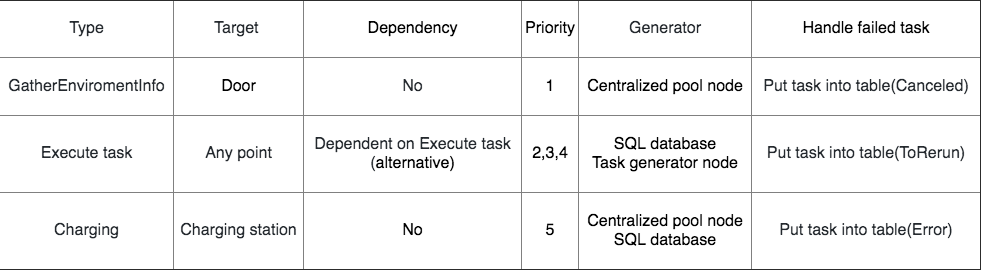
Earlier version of the draw.io export Thesis/content/images/ch3/task_types.drawio.png (xuanjiao/master_thesis). Source tidied: cells renumbered, new cells last; positions are measured from the earlier drawing's top-left corner, leaving out a move shared by most shapes.
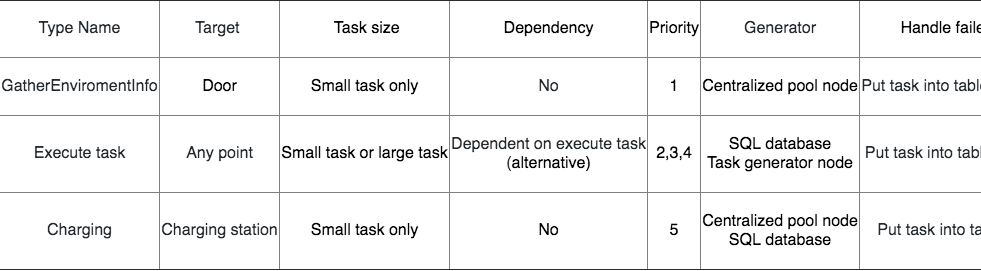
The same diagram one commit later.

What changed in the source:
```diff
@@ -2,7 +2,7 @@
   <root>
     <mxCell id="0" />
     <mxCell id="1" parent="0" />
-    <mxCell id="2" value="&lt;table border=&quot;1&quot; width=&quot;100%&quot; style=&quot;width: 100% ; height: 100% ; border-collapse: collapse&quot;&gt;&lt;tbody&gt;&lt;tr&gt;&lt;td&gt;&lt;span style=&quot;color: rgb(36 , 41 , 46) ; background-color: rgb(255 , 255 , 255)&quot;&gt;Type&lt;/span&gt;&lt;br&gt;&lt;/td&gt;&lt;td&gt;&lt;span style=&quot;color: rgb(36 , 41 , 46) ; background-color: rgb(255 , 255 , 255)&quot;&gt;Target&lt;/span&gt;&lt;span style=&quot;color: rgb(36 , 41 , 46)&quot;&gt;&amp;nbsp;&lt;/span&gt;&lt;br&gt;&lt;/td&gt;&lt;td&gt;&lt;span&gt;Dependency&lt;/span&gt;&lt;br&gt;&lt;/td&gt;&lt;td&gt;&lt;span&gt;Priority&lt;/span&gt;&lt;br&gt;&lt;/td&gt;&lt;td&gt;&lt;span style=&quot;color: rgb(36 , 41 , 46) ; background-color: rgb(255 , 255 , 255)&quot;&gt;Generator&lt;/span&gt;&lt;br&gt;&lt;/td&gt;&lt;td&gt;&lt;span&gt;Handle failed task&lt;/span&gt;&lt;br&gt;&lt;/td&gt;&lt;/tr&gt;&lt;tr&gt;&lt;td&gt;&lt;span style=&quot;color: rgb(36 , 41 , 46) ; background-color: rgb(255 , 255 , 255)&quot;&gt;GatherEnviromentInfo&lt;/span&gt;&lt;br&gt;&lt;/td&gt;&lt;td&gt;&lt;span&gt;Door&lt;/span&gt;&lt;br&gt;&lt;/td&gt;&lt;td&gt;&lt;span style=&quot;color: rgb(36 , 41 , 46) ; background-color: rgb(255 , 255 , 255)&quot;&gt;No&lt;/span&gt;&lt;br&gt;&lt;/td&gt;&lt;td&gt;1&lt;/td&gt;&lt;td&gt;&lt;span&gt;Centralized pool node&lt;/span&gt;&lt;br&gt;&lt;/td&gt;&lt;td&gt;&lt;span style=&quot;color: rgb(36 , 41 , 46) ; background-color: rgb(255 , 255 , 255)&quot;&gt;Put task into table(Canceled)&lt;/span&gt;&lt;br&gt;&lt;/td&gt;&lt;/tr&gt;&lt;tr&gt;&lt;td&gt;&lt;span style=&quot;color: rgb(36 , 41 , 46) ; background-color: rgb(255 , 255 , 255)&quot;&gt;Execute task&lt;/span&gt;&lt;br&gt;&lt;/td&gt;&lt;td&gt;&lt;span style=&quot;color: rgb(36 , 41 , 46) ; background-color: rgb(255 , 255 , 255)&quot;&gt;Any point&lt;/span&gt;&lt;br&gt;&lt;/td&gt;&lt;td&gt;&lt;span style=&quot;background-color: rgb(255 , 255 , 255)&quot;&gt;&lt;font color=&quot;#24292e&quot;&gt;Dependent on&amp;nbsp;Execute task&lt;br&gt;(&lt;/font&gt;&lt;/span&gt;&lt;span&gt;alternative)&lt;/span&gt;&lt;br&gt;&lt;/td&gt;&lt;td&gt;2,3,4&lt;/td&gt;&lt;td&gt;&lt;span&gt;SQL database&lt;/span&gt;&lt;br&gt;&lt;span&gt;Task generator node&lt;/span&gt;&lt;br&gt;&lt;/td&gt;&lt;td&gt;&lt;span style=&quot;color: rgb(36 , 41 , 46) ; background-color: rgb(255 , 255 , 255)&quot;&gt;Put task into table(ToRerun)&lt;/span&gt;&lt;br&gt;&lt;/td&gt;&lt;/tr&gt;&lt;tr&gt;&lt;td&gt;&lt;span style=&quot;color: rgb(36 , 41 , 46) ; background-color: rgb(255 , 255 , 255)&quot;&gt;Charging&lt;/span&gt;&lt;br&gt;&lt;/td&gt;&lt;td&gt;&lt;span style=&quot;color: rgb(36 , 41 , 46) ; background-color: rgb(255 , 255 , 255)&quot;&gt;Charging station&lt;/span&gt;&lt;br&gt;&lt;/td&gt;&lt;td&gt;&lt;span&gt;No&lt;/span&gt;&lt;br&gt;&lt;/td&gt;&lt;td&gt;5&lt;/td&gt;&lt;td&gt;&lt;span&gt;Centralized pool node&lt;/span&gt;&lt;br&gt;&lt;span&gt;SQL database&lt;/span&gt;&lt;br&gt;&lt;/td&gt;&lt;td&gt;&lt;span style=&quot;color: rgb(36 , 41 , 46) ; background-color: rgb(255 , 255 , 255)&quot;&gt;Put task into table(Error)&lt;/span&gt;&lt;br&gt;&lt;/td&gt;&lt;/tr&gt;&lt;/tbody&gt;&lt;/table&gt;" style="text;html=1;strokeColor=#C0C0;fillColor=none;overflow=fill;rounded=0;startSize=0;fontSize=16;align=center;" parent="1" vertex="1">
+    <mxCell id="2" value="&lt;table border=&quot;1&quot; width=&quot;100%&quot; style=&quot;width: 100% ; height: 100% ; border-collapse: collapse&quot;&gt;&lt;tbody&gt;&lt;tr&gt;&lt;td&gt;&lt;span style=&quot;color: rgb(36 , 41 , 46) ; background-color: rgb(255 , 255 , 255)&quot;&gt;Type Name&lt;/span&gt;&lt;br&gt;&lt;/td&gt;&lt;td&gt;&lt;span style=&quot;color: rgb(36 , 41 , 46) ; background-color: rgb(255 , 255 , 255)&quot;&gt;Target&lt;/span&gt;&lt;span style=&quot;color: rgb(36 , 41 , 46)&quot;&gt;&amp;nbsp;&lt;/span&gt;&lt;br&gt;&lt;/td&gt;&lt;td&gt;&amp;nbsp;Task size&lt;/td&gt;&lt;td&gt;&lt;span&gt;Dependency&lt;/span&gt;&lt;br&gt;&lt;/td&gt;&lt;td&gt;&lt;span&gt;Priority&lt;/span&gt;&lt;br&gt;&lt;/td&gt;&lt;td&gt;&lt;span style=&quot;color: rgb(36 , 41 , 46) ; background-color: rgb(255 , 255 , 255)&quot;&gt;Generator&lt;/span&gt;&lt;br&gt;&lt;/td&gt;&lt;td&gt;&lt;span&gt;Handle failed task&lt;/span&gt;&lt;br&gt;&lt;/td&gt;&lt;/tr&gt;&lt;tr&gt;&lt;td&gt;&lt;span style=&quot;color: rgb(36 , 41 , 46) ; background-color: rgb(255 , 255 , 255)&quot;&gt;GatherEnviromentInfo&lt;/span&gt;&lt;br&gt;&lt;/td&gt;&lt;td&gt;&lt;span&gt;Door&lt;/span&gt;&lt;br&gt;&lt;/td&gt;&lt;td&gt;Small task only&lt;/td&gt;&lt;td&gt;&lt;span style=&quot;color: rgb(36 , 41 , 46) ; background-color: rgb(255 , 255 , 255)&quot;&gt;No&lt;/span&gt;&lt;br&gt;&lt;/td&gt;&lt;td&gt;1&lt;/td&gt;&lt;td&gt;&lt;span&gt;Centralized pool node&lt;/span&gt;&lt;br&gt;&lt;/td&gt;&lt;td&gt;&lt;span style=&quot;color: rgb(36 , 41 , 46) ; background-color: rgb(255 , 255 , 255)&quot;&gt;Put task into table(Canceled)&lt;/span&gt;&lt;br&gt;&lt;/td&gt;&lt;/tr&gt;&lt;tr&gt;&lt;td&gt;&lt;span style=&quot;color: rgb(36 , 41 , 46) ; background-color: rgb(255 , 255 , 255)&quot;&gt;Execute task&lt;/span&gt;&lt;br&gt;&lt;/td&gt;&lt;td&gt;&lt;span style=&quot;color: rgb(36 , 41 , 46) ; background-color: rgb(255 , 255 , 255)&quot;&gt;Any point&lt;/span&gt;&lt;br&gt;&lt;/td&gt;&lt;td&gt;Small task or large task&lt;/td&gt;&lt;td&gt;&lt;span style=&quot;background-color: rgb(255 , 255 , 255)&quot;&gt;&lt;font color=&quot;#24292e&quot;&gt;Dependent on execute task&lt;br&gt;(&lt;/font&gt;&lt;/span&gt;&lt;span&gt;alternative)&lt;/span&gt;&lt;br&gt;&lt;/td&gt;&lt;td&gt;2,3,4&lt;/td&gt;&lt;td&gt;&lt;span&gt;SQL database&lt;/span&gt;&lt;br&gt;&lt;span&gt;Task generator node&lt;/span&gt;&lt;br&gt;&lt;/td&gt;&lt;td&gt;&lt;span style=&quot;color: rgb(36 , 41 , 46) ; background-color: rgb(255 , 255 , 255)&quot;&gt;Put task into table(ToRerun)&lt;/span&gt;&lt;br&gt;&lt;/td&gt;&lt;/tr&gt;&lt;tr&gt;&lt;td&gt;&lt;span style=&quot;color: rgb(36 , 41 , 46) ; background-color: rgb(255 , 255 , 255)&quot;&gt;Charging&lt;/span&gt;&lt;br&gt;&lt;/td&gt;&lt;td&gt;&lt;span style=&quot;color: rgb(36 , 41 , 46) ; background-color: rgb(255 , 255 , 255)&quot;&gt;Charging station&lt;/span&gt;&lt;br&gt;&lt;/td&gt;&lt;td&gt;Small task only&lt;/td&gt;&lt;td&gt;&lt;span&gt;No&lt;/span&gt;&lt;br&gt;&lt;/td&gt;&lt;td&gt;5&lt;/td&gt;&lt;td&gt;&lt;span&gt;Centralized pool node&lt;/span&gt;&lt;br&gt;&lt;span&gt;SQL database&lt;/span&gt;&lt;br&gt;&lt;/td&gt;&lt;td&gt;&lt;span style=&quot;color: rgb(36 , 41 , 46) ; background-color: rgb(255 , 255 , 255)&quot;&gt;Put task into table(Error)&lt;/span&gt;&lt;br&gt;&lt;/td&gt;&lt;/tr&gt;&lt;/tbody&gt;&lt;/table&gt;" style="text;html=1;strokeColor=#C0C0;fillColor=none;overflow=fill;rounded=0;startSize=0;fontSize=16;align=center;" parent="1" vertex="1">
       <mxGeometry width="980" height="270" as="geometry" />
     </mxCell>
   </root>
```
